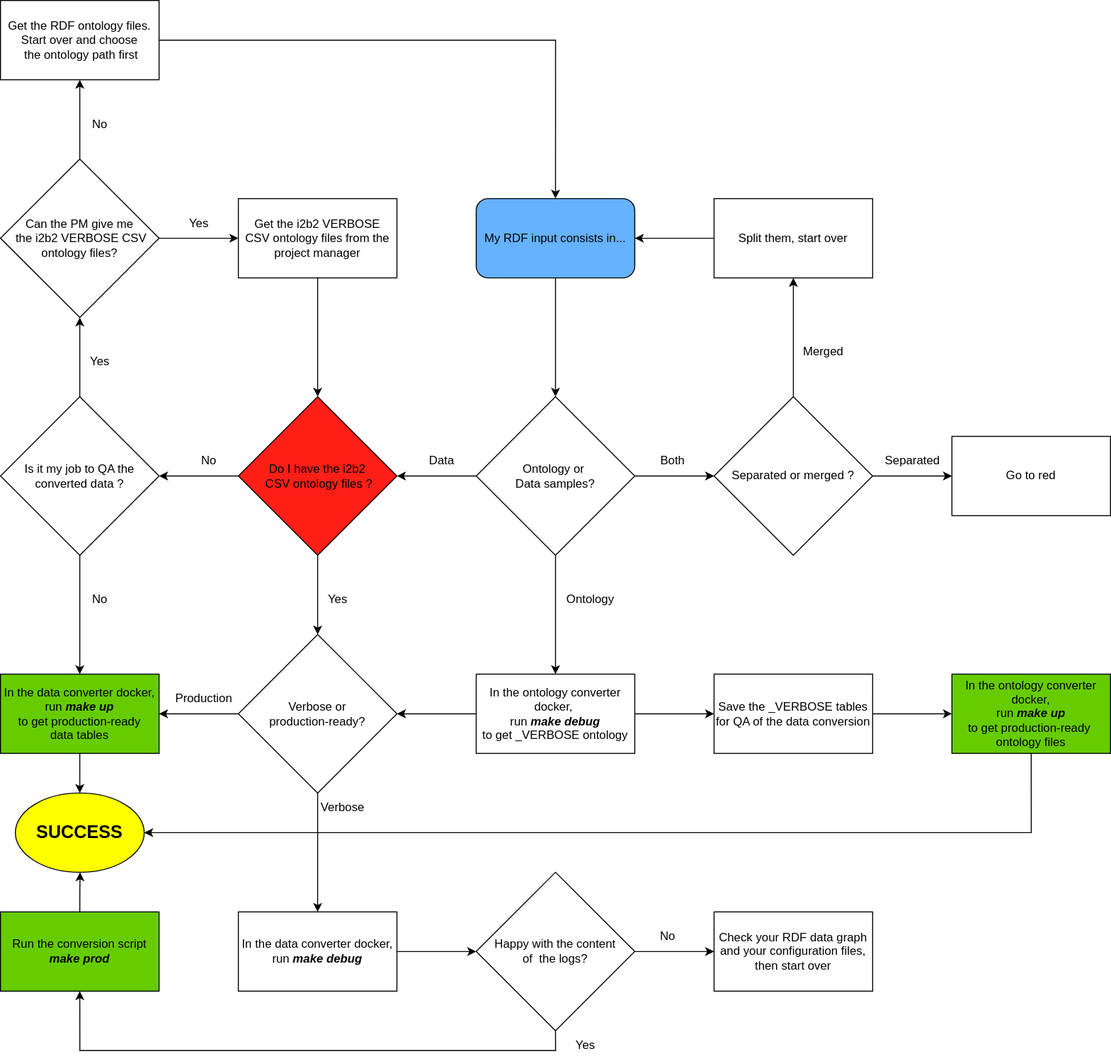
This is source/_images/flowchart.drawio.svg from BDSC-CDS/rdf-converter-docs, a draw.io export, as it was before one commit. Source tidied: cells renumbered, new cells last; positions are measured from the earlier drawing's top-left corner, leaving out a move shared by most shapes.
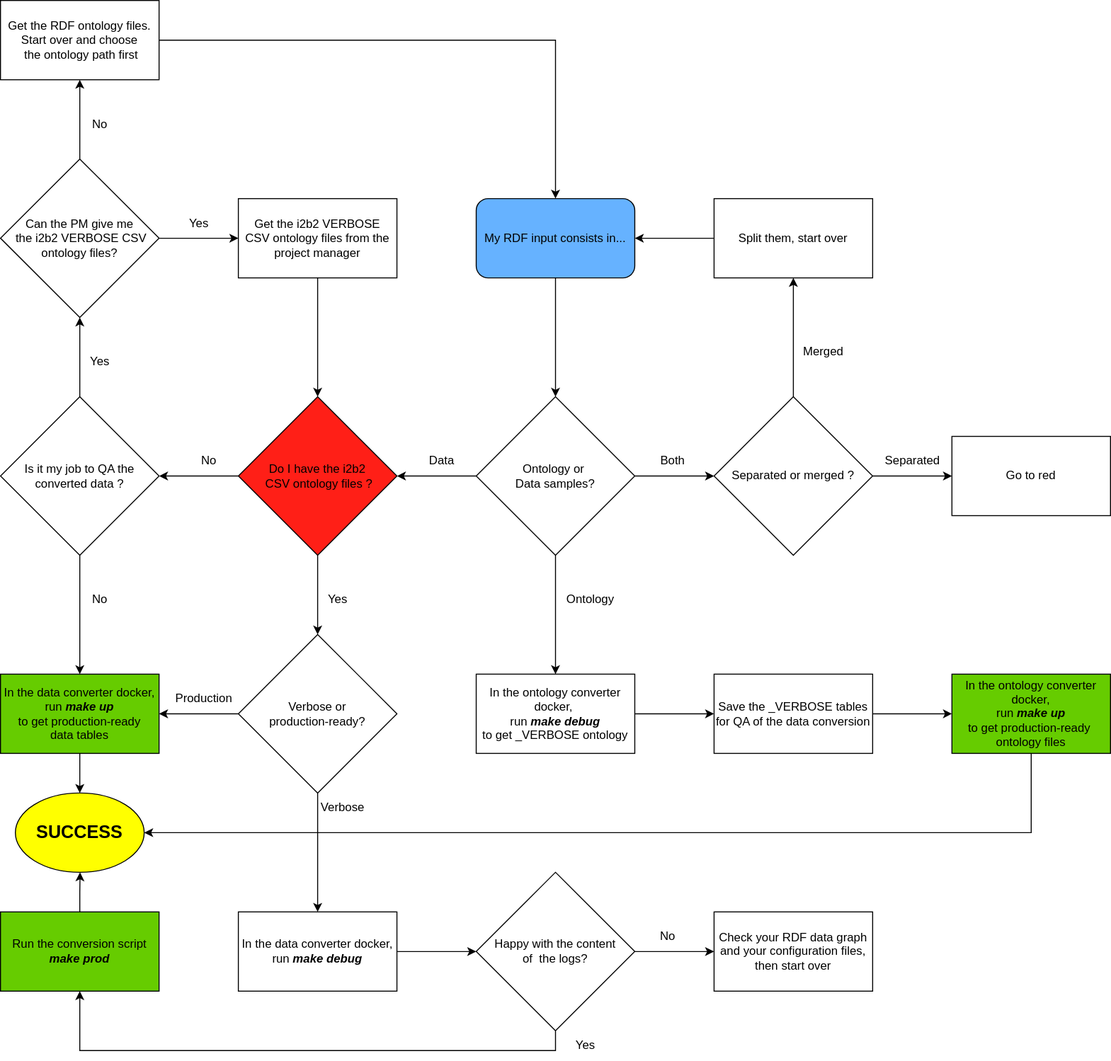
The same file after the commit.

Change to the diagram source:
```diff
@@ -140,9 +140,6 @@
     <mxCell id="47" style="edgeStyle=orthogonalEdgeStyle;rounded=0;jettySize=auto;html=1;exitX=1;exitY=0.5;exitDx=0;exitDy=0;" parent="1" edge="1" source="49" target="53">
       <mxGeometry relative="1" as="geometry" />
     </mxCell>
-    <mxCell id="48" style="edgeStyle=orthogonalEdgeStyle;rounded=0;jettySize=auto;html=1;exitX=0;exitY=0.5;exitDx=0;exitDy=0;fontSize=18;" parent="1" edge="1" source="49" target="20">
-      <mxGeometry relative="1" as="geometry" />
-    </mxCell>
     <mxCell id="49" value="In the ontology converter docker,&amp;nbsp;&lt;br&gt;run &lt;b style=&quot;font-style: italic;&quot;&gt;make debug&lt;/b&gt;&lt;br&gt;to get _VERBOSE ontology" style="whiteSpace=wrap;html=1;" parent="1" vertex="1">
       <mxGeometry x="480" y="680" width="160" height="80" as="geometry" />
     </mxCell>
```
